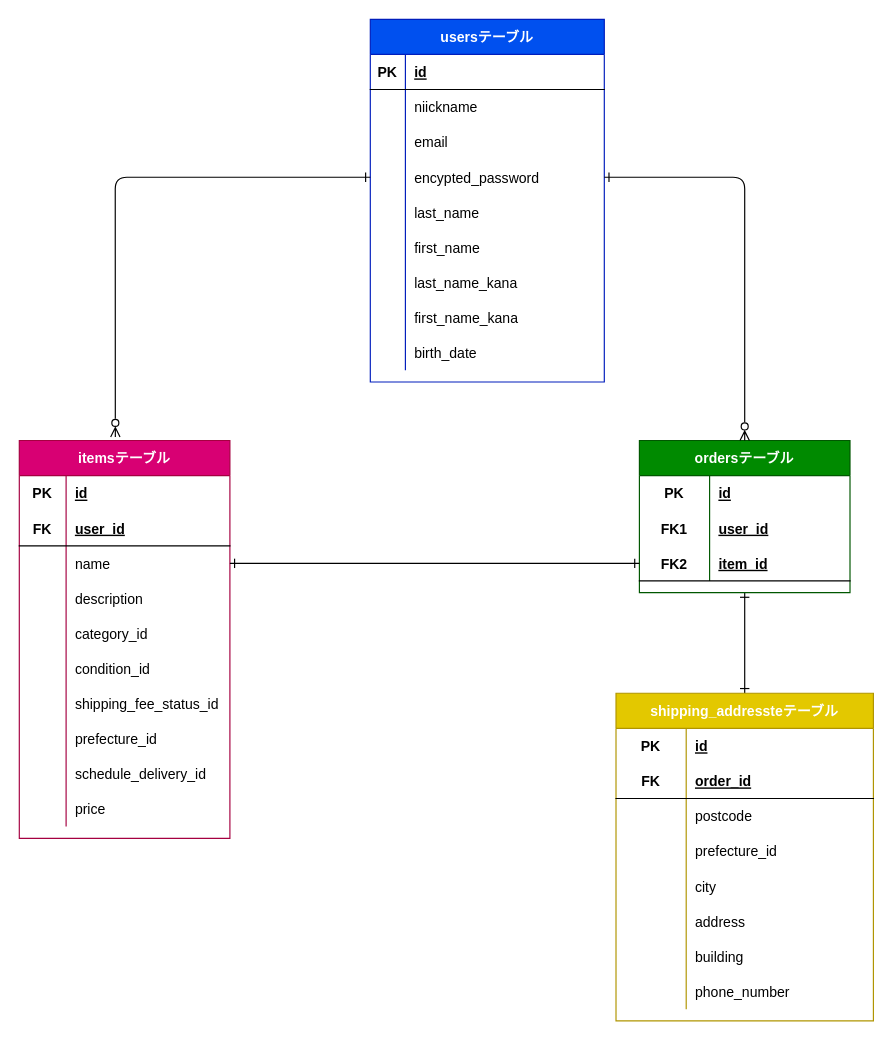
Above: tables.dio in aaaaayumu/furima-38497 (draw.io), before the change. Source tidied: cells renumbered, new cells numbered last; positions are measured from the earlier drawing's top-left corner, leaving out a move shared by most shapes. Both pictures are drawn from the tidied source at 117%, with x=0, y=0 at pixel (19, 19).
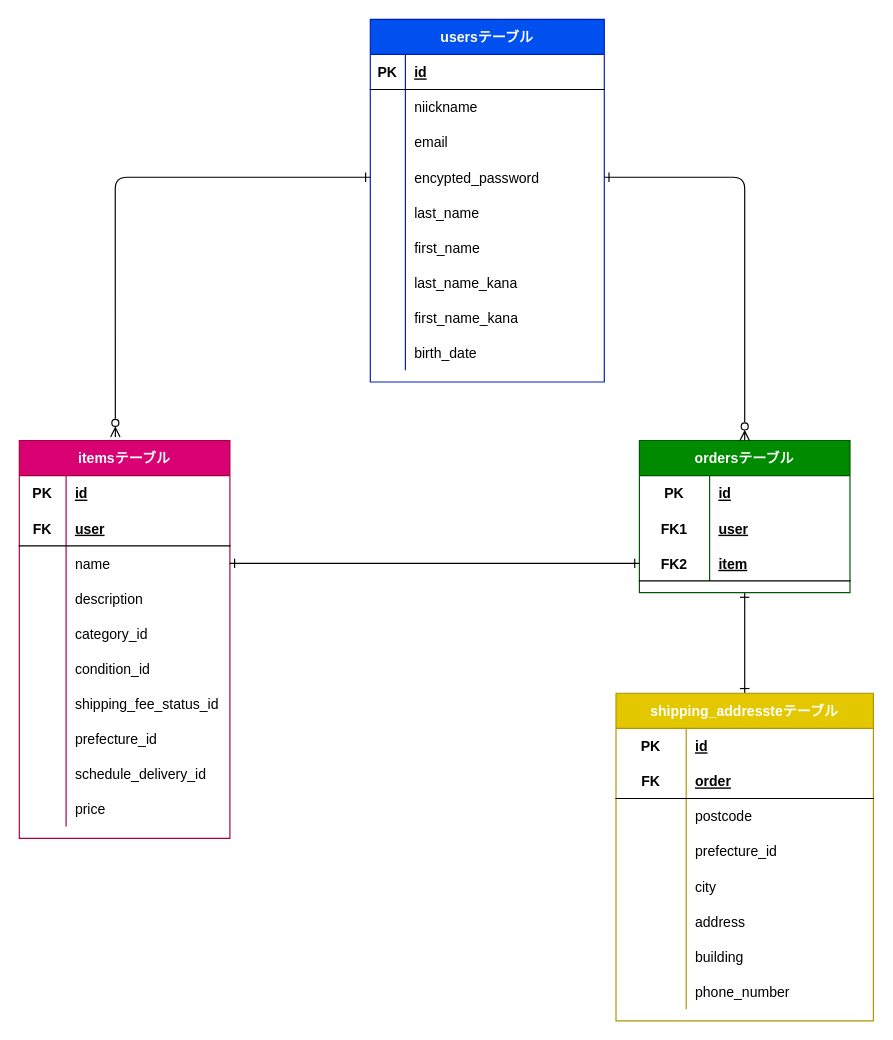
The same diagram, later.

Commit message (it also covers changes not shown here):
データベース設計の修正

Unchanged cells that the change refers to:
```xml
<mxCell id="34" style="shape=partialRectangle;fillColor=none;top=0;left=0;bottom=1;right=0;" parent="30" vertex="1">
  <mxGeometry y="60" width="180" height="30" as="geometry" />
</mxCell>
<mxCell id="66" style="shape=partialRectangle;fillColor=none;top=0;left=0;bottom=0;right=0;" parent="62" vertex="1">
  <mxGeometry y="60" width="180" height="30" as="geometry" />
</mxCell>
<mxCell id="69" style="shape=partialRectangle;fillColor=none;top=0;left=0;bottom=1;right=0;points=[[0,0.5],[1,0.5]];portConstraint=eastwest;" parent="62" vertex="1">
  <mxGeometry y="90" width="180" height="30" as="geometry" />
</mxCell>
<mxCell id="76" style="shape=partialRectangle;fillColor=none;top=0;left=0;bottom=1;right=0;" parent="72" vertex="1">
  <mxGeometry y="60" width="220" height="30" as="geometry" />
</mxCell>
```

What changed in the source:
```diff
@@
-    <mxCell id="36" value="user_id" style="shape=partialRectangle;fillColor=none;top=0;left=0;bottom=0;right=0;align=left;spacingLeft=6;fontStyle=5;overflow=hidden;" parent="34" vertex="1">
+    <mxCell id="36" value="user" style="shape=partialRectangle;fillColor=none;top=0;left=0;bottom=0;right=0;align=left;spacingLeft=6;fontStyle=5;overflow=hidden;" parent="34" vertex="1">
       <mxGeometry x="40" width="140" height="30" as="geometry" />
     </mxCell>
@@
-    <mxCell id="68" value="user_id" style="shape=partialRectangle;fillColor=none;top=0;left=0;bottom=0;right=0;align=left;spacingLeft=6;fontStyle=5;overflow=hidden;" parent="66" vertex="1">
+    <mxCell id="68" value="user" style="shape=partialRectangle;fillColor=none;top=0;left=0;bottom=0;right=0;align=left;spacingLeft=6;fontStyle=5;overflow=hidden;" parent="66" vertex="1">
       <mxGeometry x="60" width="120" height="30" as="geometry" />
     </mxCell>
@@
-    <mxCell id="71" value="item_id" style="shape=partialRectangle;fillColor=none;top=0;left=0;bottom=0;right=0;align=left;spacingLeft=6;fontStyle=5;overflow=hidden;" parent="69" vertex="1">
+    <mxCell id="71" value="item" style="shape=partialRectangle;fillColor=none;top=0;left=0;bottom=0;right=0;align=left;spacingLeft=6;fontStyle=5;overflow=hidden;" parent="69" vertex="1">
       <mxGeometry x="60" width="120" height="30" as="geometry" />
     </mxCell>
@@
-    <mxCell id="78" value="order_id" style="shape=partialRectangle;fillColor=none;top=0;left=0;bottom=0;right=0;align=left;spacingLeft=6;fontStyle=5;overflow=hidden;" parent="76" vertex="1">
+    <mxCell id="78" value="order" style="shape=partialRectangle;fillColor=none;top=0;left=0;bottom=0;right=0;align=left;spacingLeft=6;fontStyle=5;overflow=hidden;" parent="76" vertex="1">
       <mxGeometry x="60" width="160" height="30" as="geometry" />
     </mxCell>
```
